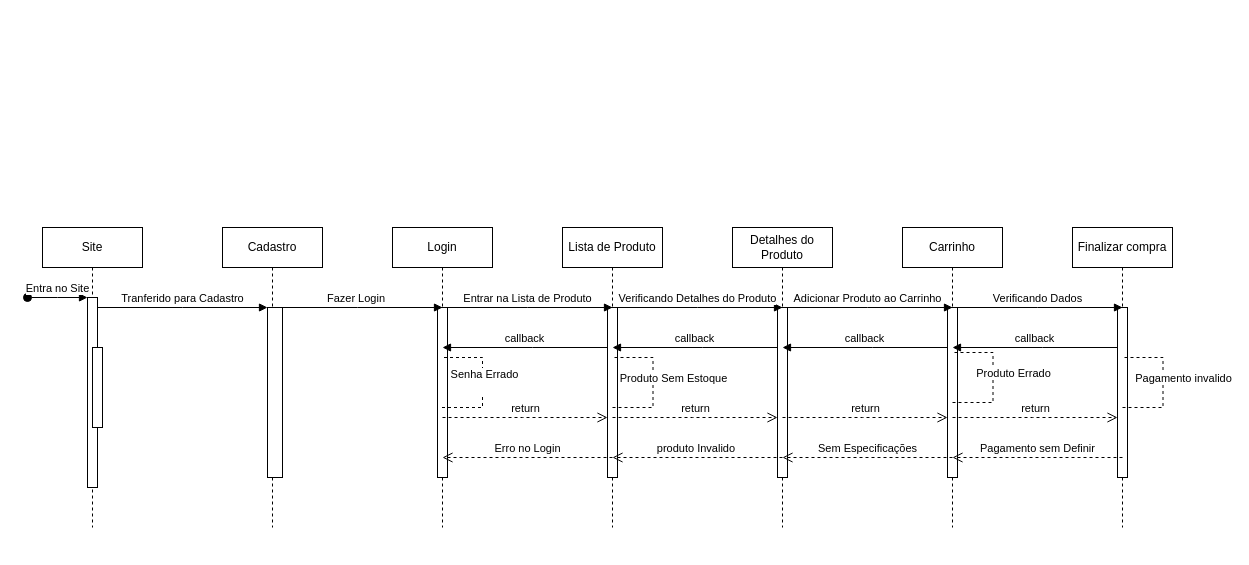
Above: Diagrama sem nome.drawio in kaiquecandido77/TECNINFO (draw.io), before the change. Source tidied: cells renumbered, new cells numbered last; positions are measured from the earlier drawing's top-left corner, leaving out a move shared by most shapes. Both pictures are drawn from the tidied source at 100%, with x=0, y=0 at pixel (27, 227).
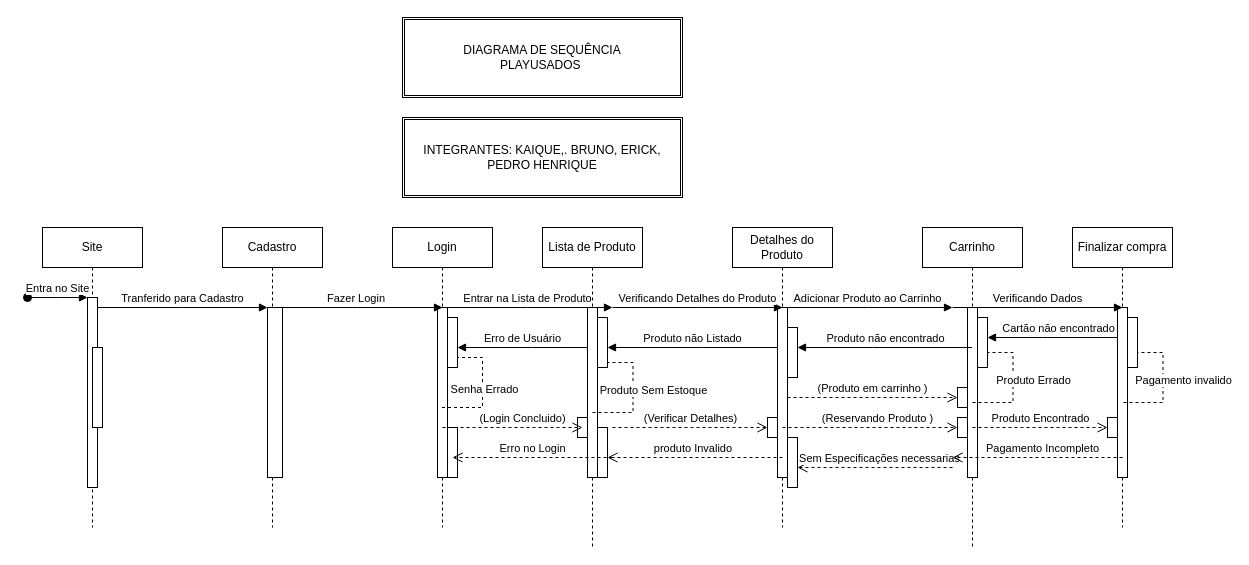
Above is the later version.

Unchanged cells that the change refers to:
```xml
<mxCell id="10" value="Login" style="shape=umlLifeline;perimeter=lifelinePerimeter;whiteSpace=wrap;html=1;newEdgeStyle={&quot;edgeStyle&quot;:&quot;elbowEdgeStyle&quot;,&quot;elbow&quot;:&quot;vertical&quot;,&quot;curved&quot;:0,&quot;rounded&quot;:0};" parent="1" vertex="1">
  <mxGeometry x="365" width="100" height="300" as="geometry" />
</mxCell>
<mxCell id="14" style="html=1;points=[];perimeter=orthogonalPerimeter;outlineConnect=0;targetShapes=umlLifeline;portConstraint=eastwest;newEdgeStyle={&quot;edgeStyle&quot;:&quot;elbowEdgeStyle&quot;,&quot;elbow&quot;:&quot;vertical&quot;,&quot;curved&quot;:0,&quot;rounded&quot;:0};" parent="13" vertex="1">
  <mxGeometry x="45" y="80" width="10" height="170" as="geometry" />
</mxCell>
<mxCell id="16" value="Detalhes do Produto" style="shape=umlLifeline;perimeter=lifelinePerimeter;whiteSpace=wrap;html=1;newEdgeStyle={&quot;edgeStyle&quot;:&quot;elbowEdgeStyle&quot;,&quot;elbow&quot;:&quot;vertical&quot;,&quot;curved&quot;:0,&quot;rounded&quot;:0};" parent="1" vertex="1">
  <mxGeometry x="705" width="100" height="300" as="geometry" />
</mxCell>
<mxCell id="17" style="html=1;points=[];perimeter=orthogonalPerimeter;outlineConnect=0;targetShapes=umlLifeline;portConstraint=eastwest;newEdgeStyle={&quot;edgeStyle&quot;:&quot;elbowEdgeStyle&quot;,&quot;elbow&quot;:&quot;vertical&quot;,&quot;curved&quot;:0,&quot;rounded&quot;:0};" parent="16" vertex="1">
  <mxGeometry x="45" y="80" width="10" height="170" as="geometry" />
</mxCell>
<mxCell id="19" style="html=1;points=[];perimeter=orthogonalPerimeter;outlineConnect=0;targetShapes=umlLifeline;portConstraint=eastwest;newEdgeStyle={&quot;edgeStyle&quot;:&quot;elbowEdgeStyle&quot;,&quot;elbow&quot;:&quot;vertical&quot;,&quot;curved&quot;:0,&quot;rounded&quot;:0};" parent="18" vertex="1">
  <mxGeometry x="45" y="80" width="10" height="170" as="geometry" />
</mxCell>
<mxCell id="20" value="Finalizar compra" style="shape=umlLifeline;perimeter=lifelinePerimeter;whiteSpace=wrap;html=1;newEdgeStyle={&quot;edgeStyle&quot;:&quot;elbowEdgeStyle&quot;,&quot;elbow&quot;:&quot;vertical&quot;,&quot;curved&quot;:0,&quot;rounded&quot;:0};" parent="1" vertex="1">
  <mxGeometry x="1045" width="100" height="300" as="geometry" />
</mxCell>
```

Diff of the diagram source:
```diff
@@
+    <mxCell id="45" style="html=1;points=[];perimeter=orthogonalPerimeter;outlineConnect=0;targetShapes=umlLifeline;portConstraint=eastwest;newEdgeStyle={&quot;edgeStyle&quot;:&quot;elbowEdgeStyle&quot;,&quot;elbow&quot;:&quot;vertical&quot;,&quot;curved&quot;:0,&quot;rounded&quot;:0};" parent="10" vertex="1">
+      <mxGeometry x="55" y="200" width="10" height="50" as="geometry" />
+    </mxCell>
+    <mxCell id="46" style="html=1;points=[];perimeter=orthogonalPerimeter;outlineConnect=0;targetShapes=umlLifeline;portConstraint=eastwest;newEdgeStyle={&quot;edgeStyle&quot;:&quot;elbowEdgeStyle&quot;,&quot;elbow&quot;:&quot;vertical&quot;,&quot;curved&quot;:0,&quot;rounded&quot;:0};" parent="10" vertex="1">
+      <mxGeometry x="55" y="90" width="10" height="50" as="geometry" />
+    </mxCell>
@@
     <mxCell id="13" value="Lista de Produto" style="shape=umlLifeline;perimeter=lifelinePerimeter;whiteSpace=wrap;html=1;newEdgeStyle={&quot;edgeStyle&quot;:&quot;elbowEdgeStyle&quot;,&quot;elbow&quot;:&quot;vertical&quot;,&quot;curved&quot;:0,&quot;rounded&quot;:0};" parent="1" vertex="1">
-      <mxGeometry x="535" width="100" height="300" as="geometry" />
+      <mxGeometry x="515" width="100" height="320" as="geometry" />
     </mxCell>
@@
+    <mxCell id="47" style="html=1;points=[];perimeter=orthogonalPerimeter;outlineConnect=0;targetShapes=umlLifeline;portConstraint=eastwest;newEdgeStyle={&quot;edgeStyle&quot;:&quot;elbowEdgeStyle&quot;,&quot;elbow&quot;:&quot;vertical&quot;,&quot;curved&quot;:0,&quot;rounded&quot;:0};" parent="13" vertex="1">
+      <mxGeometry x="55" y="200" width="10" height="50" as="geometry" />
+    </mxCell>
+    <mxCell id="48" style="html=1;points=[];perimeter=orthogonalPerimeter;outlineConnect=0;targetShapes=umlLifeline;portConstraint=eastwest;newEdgeStyle={&quot;edgeStyle&quot;:&quot;elbowEdgeStyle&quot;,&quot;elbow&quot;:&quot;vertical&quot;,&quot;curved&quot;:0,&quot;rounded&quot;:0};" parent="13" vertex="1">
+      <mxGeometry x="35" y="190" width="10" height="20" as="geometry" />
+    </mxCell>
+    <mxCell id="49" style="html=1;points=[];perimeter=orthogonalPerimeter;outlineConnect=0;targetShapes=umlLifeline;portConstraint=eastwest;newEdgeStyle={&quot;edgeStyle&quot;:&quot;elbowEdgeStyle&quot;,&quot;elbow&quot;:&quot;vertical&quot;,&quot;curved&quot;:0,&quot;rounded&quot;:0};" parent="13" vertex="1">
+      <mxGeometry x="55" y="90" width="10" height="50" as="geometry" />
+    </mxCell>
@@
+    <mxCell id="50" style="html=1;points=[];perimeter=orthogonalPerimeter;outlineConnect=0;targetShapes=umlLifeline;portConstraint=eastwest;newEdgeStyle={&quot;edgeStyle&quot;:&quot;elbowEdgeStyle&quot;,&quot;elbow&quot;:&quot;vertical&quot;,&quot;curved&quot;:0,&quot;rounded&quot;:0};" parent="16" vertex="1">
+      <mxGeometry x="55" y="210" width="10" height="50" as="geometry" />
+    </mxCell>
+    <mxCell id="51" style="html=1;points=[];perimeter=orthogonalPerimeter;outlineConnect=0;targetShapes=umlLifeline;portConstraint=eastwest;newEdgeStyle={&quot;edgeStyle&quot;:&quot;elbowEdgeStyle&quot;,&quot;elbow&quot;:&quot;vertical&quot;,&quot;curved&quot;:0,&quot;rounded&quot;:0};" parent="16" vertex="1">
+      <mxGeometry x="35" y="190" width="10" height="20" as="geometry" />
+    </mxCell>
+    <mxCell id="52" style="html=1;points=[];perimeter=orthogonalPerimeter;outlineConnect=0;targetShapes=umlLifeline;portConstraint=eastwest;newEdgeStyle={&quot;edgeStyle&quot;:&quot;elbowEdgeStyle&quot;,&quot;elbow&quot;:&quot;vertical&quot;,&quot;curved&quot;:0,&quot;rounded&quot;:0};" parent="16" vertex="1">
+      <mxGeometry x="55" y="100" width="10" height="50" as="geometry" />
+    </mxCell>
     <mxCell id="18" value="Carrinho" style="shape=umlLifeline;perimeter=lifelinePerimeter;whiteSpace=wrap;html=1;outlineConnect=0;portConstraint=eastwest;newEdgeStyle={&quot;edgeStyle&quot;:&quot;elbowEdgeStyle&quot;,&quot;elbow&quot;:&quot;vertical&quot;,&quot;curved&quot;:0,&quot;rounded&quot;:0};" parent="1" vertex="1">
-      <mxGeometry x="875" width="100" height="300" as="geometry" />
+      <mxGeometry x="895" width="100" height="320" as="geometry" />
     </mxCell>
+    <mxCell id="53" style="edgeStyle=elbowEdgeStyle;rounded=0;jettySize=auto;html=1;elbow=vertical;curved=0;" parent="18" edge="1" source="19" target="18">
+      <mxGeometry relative="1" as="geometry" />
+    </mxCell>
@@
+    <mxCell id="54" style="html=1;points=[];perimeter=orthogonalPerimeter;outlineConnect=0;targetShapes=umlLifeline;portConstraint=eastwest;newEdgeStyle={&quot;edgeStyle&quot;:&quot;elbowEdgeStyle&quot;,&quot;elbow&quot;:&quot;vertical&quot;,&quot;curved&quot;:0,&quot;rounded&quot;:0};" parent="18" vertex="1">
+      <mxGeometry x="35" y="190" width="10" height="20" as="geometry" />
+    </mxCell>
+    <mxCell id="55" style="html=1;points=[];perimeter=orthogonalPerimeter;outlineConnect=0;targetShapes=umlLifeline;portConstraint=eastwest;newEdgeStyle={&quot;edgeStyle&quot;:&quot;elbowEdgeStyle&quot;,&quot;elbow&quot;:&quot;vertical&quot;,&quot;curved&quot;:0,&quot;rounded&quot;:0};" parent="18" vertex="1">
+      <mxGeometry x="35" y="160" width="10" height="20" as="geometry" />
+    </mxCell>
+    <mxCell id="56" style="html=1;points=[];perimeter=orthogonalPerimeter;outlineConnect=0;targetShapes=umlLifeline;portConstraint=eastwest;newEdgeStyle={&quot;edgeStyle&quot;:&quot;elbowEdgeStyle&quot;,&quot;elbow&quot;:&quot;vertical&quot;,&quot;curved&quot;:0,&quot;rounded&quot;:0};" parent="18" vertex="1">
+      <mxGeometry x="55" y="90" width="10" height="50" as="geometry" />
+    </mxCell>
@@
+    <mxCell id="57" style="html=1;points=[];perimeter=orthogonalPerimeter;outlineConnect=0;targetShapes=umlLifeline;portConstraint=eastwest;newEdgeStyle={&quot;edgeStyle&quot;:&quot;elbowEdgeStyle&quot;,&quot;elbow&quot;:&quot;vertical&quot;,&quot;curved&quot;:0,&quot;rounded&quot;:0};" parent="20" vertex="1">
+      <mxGeometry x="35" y="190" width="10" height="20" as="geometry" />
+    </mxCell>
+    <mxCell id="58" style="html=1;points=[];perimeter=orthogonalPerimeter;outlineConnect=0;targetShapes=umlLifeline;portConstraint=eastwest;newEdgeStyle={&quot;edgeStyle&quot;:&quot;elbowEdgeStyle&quot;,&quot;elbow&quot;:&quot;vertical&quot;,&quot;curved&quot;:0,&quot;rounded&quot;:0};" parent="20" vertex="1">
+      <mxGeometry x="55" y="90" width="10" height="50" as="geometry" />
+    </mxCell>
-    <mxCell id="22" value="callback" style="html=1;verticalAlign=bottom;endArrow=block;edgeStyle=elbowEdgeStyle;elbow=vertical;curved=0;rounded=0;" parent="1" edge="1">
+    <mxCell id="22" value="Erro de Usuário" style="html=1;verticalAlign=bottom;endArrow=block;edgeStyle=elbowEdgeStyle;elbow=vertical;curved=0;rounded=0;" parent="1" edge="1" source="14" target="46">
       <mxGeometry relative="1" as="geometry">
-        <mxPoint x="580" y="120" as="sourcePoint" />
-        <mxPoint x="415" y="120" as="targetPoint" />
         <Array as="points">
           <mxPoint x="505" y="120" />
         </Array>
       </mxGeometry>
     </mxCell>
-    <mxCell id="23" value="Erro no Login" style="html=1;verticalAlign=bottom;endArrow=open;dashed=1;endSize=8;edgeStyle=elbowEdgeStyle;elbow=vertical;curved=0;rounded=0;" parent="1" edge="1">
+    <mxCell id="23" value="Erro no Login" style="html=1;verticalAlign=bottom;endArrow=open;dashed=1;endSize=8;edgeStyle=elbowEdgeStyle;elbow=vertical;curved=0;rounded=0;entryX=0.5;entryY=0.6;entryDx=0;entryDy=0;entryPerimeter=0;" parent="1" edge="1" target="45">
       <mxGeometry relative="1" as="geometry">
         <mxPoint x="585" y="230" as="sourcePoint" />
-        <mxPoint x="415" y="230" as="targetPoint" />
         <Array as="points">
           <mxPoint x="510" y="230" />
         </Array>
       </mxGeometry>
     </mxCell>
@@
-    <mxCell id="25" value="callback" style="html=1;verticalAlign=bottom;endArrow=block;edgeStyle=elbowEdgeStyle;elbow=vertical;curved=0;rounded=0;" parent="1" edge="1">
+    <mxCell id="25" value="Produto não Listado" style="html=1;verticalAlign=bottom;endArrow=block;edgeStyle=elbowEdgeStyle;elbow=vertical;curved=0;rounded=0;" parent="1" edge="1" target="49">
       <mxGeometry relative="1" as="geometry">
         <mxPoint x="750" y="120" as="sourcePoint" />
-        <mxPoint x="585" y="120" as="targetPoint" />
         <Array as="points">
           <mxPoint x="675" y="120" />
         </Array>
       </mxGeometry>
     </mxCell>
-    <mxCell id="26" value="return" style="html=1;verticalAlign=bottom;endArrow=open;dashed=1;endSize=8;edgeStyle=elbowEdgeStyle;elbow=vertical;curved=0;rounded=0;" parent="1" edge="1">
+    <mxCell id="26" value="(Verificar Detalhes)" style="html=1;verticalAlign=bottom;endArrow=open;dashed=1;endSize=8;edgeStyle=elbowEdgeStyle;elbow=vertical;curved=0;rounded=0;" parent="1" edge="1" target="51">
       <mxGeometry relative="1" as="geometry">
-        <mxPoint x="585" y="190" as="sourcePoint" />
-        <mxPoint x="750" y="190" as="targetPoint" />
+        <mxPoint x="585" y="200" as="sourcePoint" />
         <Array as="points">
-          <mxPoint x="665" y="190" />
+          <mxPoint x="665" y="200" />
         </Array>
       </mxGeometry>
     </mxCell>
-    <mxCell id="27" value="produto Invalido&amp;nbsp;" style="html=1;verticalAlign=bottom;endArrow=open;dashed=1;endSize=8;edgeStyle=elbowEdgeStyle;elbow=vertical;curved=0;rounded=0;" parent="1" edge="1">
+    <mxCell id="27" value="produto Invalido&amp;nbsp;" style="html=1;verticalAlign=bottom;endArrow=open;dashed=1;endSize=8;edgeStyle=elbowEdgeStyle;elbow=vertical;curved=0;rounded=0;" parent="1" edge="1" target="47">
       <mxGeometry relative="1" as="geometry">
         <mxPoint x="755" y="230" as="sourcePoint" />
-        <mxPoint x="585" y="230" as="targetPoint" />
         <Array as="points">
           <mxPoint x="680" y="230" />
         </Array>
       </mxGeometry>
     </mxCell>
@@
-    <mxCell id="29" value="callback" style="html=1;verticalAlign=bottom;endArrow=block;edgeStyle=elbowEdgeStyle;elbow=vertical;curved=0;rounded=0;" parent="1" edge="1">
+    <mxCell id="29" value="Produto não encontrado" style="html=1;verticalAlign=bottom;endArrow=block;edgeStyle=elbowEdgeStyle;elbow=vertical;curved=0;rounded=0;" parent="1" edge="1" source="18" target="52">
       <mxGeometry relative="1" as="geometry">
-        <mxPoint x="920" y="120" as="sourcePoint" />
-        <mxPoint x="755" y="120" as="targetPoint" />
         <Array as="points">
           <mxPoint x="845" y="120" />
         </Array>
       </mxGeometry>
     </mxCell>
-    <mxCell id="30" value="return" style="html=1;verticalAlign=bottom;endArrow=open;dashed=1;endSize=8;edgeStyle=elbowEdgeStyle;elbow=vertical;curved=0;rounded=0;" parent="1" edge="1">
-      <mxGeometry relative="1" as="geometry">
-        <mxPoint x="755" y="190" as="sourcePoint" />
-        <mxPoint x="920" y="190" as="targetPoint" />
+    <mxCell id="30" value="(Reservando Produto )" style="html=1;verticalAlign=bottom;endArrow=open;dashed=1;endSize=8;edgeStyle=elbowEdgeStyle;elbow=vertical;curved=0;rounded=0;" parent="1" edge="1" target="54">
+      <mxGeometry x="0.09" relative="1" as="geometry">
+        <mxPoint x="755" y="200" as="sourcePoint" />
         <Array as="points">
-          <mxPoint x="835" y="190" />
+          <mxPoint x="835" y="200" />
         </Array>
       </mxGeometry>
     </mxCell>
-    <mxCell id="31" value="Sem Especificações" style="html=1;verticalAlign=bottom;endArrow=open;dashed=1;endSize=8;edgeStyle=elbowEdgeStyle;elbow=vertical;curved=0;rounded=0;" parent="1" edge="1">
-      <mxGeometry relative="1" as="geometry">
-        <mxPoint x="925" y="230" as="sourcePoint" />
-        <mxPoint x="755" y="230" as="targetPoint" />
+    <mxCell id="31" value="Sem Especificações necessarias" style="html=1;verticalAlign=bottom;endArrow=open;dashed=1;endSize=8;edgeStyle=elbowEdgeStyle;elbow=vertical;curved=0;rounded=0;" parent="1" edge="1" target="50">
+      <mxGeometry x="-0.06" relative="1" as="geometry">
+        <mxPoint x="925" y="240" as="sourcePoint" />
         <Array as="points">
-          <mxPoint x="850" y="230" />
+          <mxPoint x="850" y="240" />
         </Array>
       </mxGeometry>
     </mxCell>
@@
-    <mxCell id="33" value="callback" style="html=1;verticalAlign=bottom;endArrow=block;edgeStyle=elbowEdgeStyle;elbow=vertical;curved=0;rounded=0;" parent="1" edge="1">
-      <mxGeometry relative="1" as="geometry">
-        <mxPoint x="1090" y="120" as="sourcePoint" />
-        <mxPoint x="925" y="120" as="targetPoint" />
+    <mxCell id="33" value="Cartão não encontrado" style="html=1;verticalAlign=bottom;endArrow=block;edgeStyle=elbowEdgeStyle;elbow=vertical;curved=0;rounded=0;" parent="1" edge="1" target="56">
+      <mxGeometry x="-0.09" relative="1" as="geometry">
+        <mxPoint x="1090" y="110" as="sourcePoint" />
         <Array as="points">
-          <mxPoint x="1015" y="120" />
+          <mxPoint x="1015" y="110" />
         </Array>
       </mxGeometry>
     </mxCell>
-    <mxCell id="34" value="return" style="html=1;verticalAlign=bottom;endArrow=open;dashed=1;endSize=8;edgeStyle=elbowEdgeStyle;elbow=vertical;curved=0;rounded=0;" parent="1" edge="1">
+    <mxCell id="34" value="Produto Encontrado" style="html=1;verticalAlign=bottom;endArrow=open;dashed=1;endSize=8;edgeStyle=elbowEdgeStyle;elbow=vertical;curved=0;rounded=0;" parent="1" edge="1" target="57">
       <mxGeometry relative="1" as="geometry">
-        <mxPoint x="925" y="190" as="sourcePoint" />
-        <mxPoint x="1090" y="190" as="targetPoint" />
+        <mxPoint x="945" y="200" as="sourcePoint" />
         <Array as="points">
-          <mxPoint x="1005" y="190" />
+          <mxPoint x="995" y="200" />
         </Array>
       </mxGeometry>
     </mxCell>
-    <mxCell id="35" value="Pagamento sem Definir" style="html=1;verticalAlign=bottom;endArrow=open;dashed=1;endSize=8;edgeStyle=elbowEdgeStyle;elbow=vertical;curved=0;rounded=0;" parent="1" edge="1">
-      <mxGeometry relative="1" as="geometry">
+    <mxCell id="35" value="Pagamento Incompleto" style="html=1;verticalAlign=bottom;endArrow=open;dashed=1;endSize=8;edgeStyle=elbowEdgeStyle;elbow=vertical;curved=0;rounded=0;" parent="1" edge="1">
+      <mxGeometry x="-0.06" relative="1" as="geometry">
         <mxPoint x="1095" y="230" as="sourcePoint" />
         <mxPoint x="925" y="230" as="targetPoint" />
         <Array as="points">
           <mxPoint x="1020" y="230" />
         </Array>
       </mxGeometry>
     </mxCell>
-    <mxCell id="36" style="endArrow=none;dashed=1;html=1;rounded=0;" parent="1" edge="1">
+    <mxCell id="36" style="endArrow=none;dashed=1;html=1;rounded=0;" parent="1" edge="1" target="46">
       <mxGeometry relative="1" as="geometry">
         <mxPoint x="414.5" y="180" as="sourcePoint" />
-        <mxPoint x="414.5" y="130" as="targetPoint" />
         <Array as="points">
           <mxPoint x="455" y="180" />
           <mxPoint x="455" y="130" />
         </Array>
       </mxGeometry>
     </mxCell>
-    <mxCell id="37" value="Senha Errado&lt;div&gt;&amp;nbsp;&lt;/div&gt;" style="edgeLabel;html=1;align=center;verticalAlign=middle;" parent="36" vertex="1">
+    <mxCell id="37" value="Senha Errado" style="edgeLabel;html=1;align=center;verticalAlign=middle;" parent="36" vertex="1">
       <mxGeometry x="0.03" y="-1" relative="1" as="geometry" />
     </mxCell>
-    <mxCell id="38" style="endArrow=none;dashed=1;html=1;rounded=0;" parent="1" edge="1">
+    <mxCell id="38" style="endArrow=none;dashed=1;html=1;rounded=0;" parent="1" edge="1" target="49">
       <mxGeometry relative="1" as="geometry">
-        <mxPoint x="585" y="180" as="sourcePoint" />
-        <mxPoint x="585.5" y="130" as="targetPoint" />
+        <mxPoint x="565" y="185" as="sourcePoint" />
         <Array as="points">
-          <mxPoint x="625.5" y="180" />
-          <mxPoint x="625.5" y="130" />
+          <mxPoint x="605.5" y="185" />
+          <mxPoint x="605.5" y="135" />
         </Array>
       </mxGeometry>
     </mxCell>
@@
-    <mxCell id="40" style="endArrow=none;dashed=1;html=1;rounded=0;" parent="1" edge="1">
+    <mxCell id="40" style="endArrow=none;dashed=1;html=1;rounded=0;" parent="1" edge="1" target="58">
       <mxGeometry relative="1" as="geometry">
-        <mxPoint x="1095" y="180" as="sourcePoint" />
-        <mxPoint x="1095.5" y="130" as="targetPoint" />
+        <mxPoint x="1096" y="175" as="sourcePoint" />
         <Array as="points">
-          <mxPoint x="1135.5" y="180" />
-          <mxPoint x="1135.5" y="130" />
+          <mxPoint x="1135.5" y="175" />
+          <mxPoint x="1135.5" y="125" />
         </Array>
       </mxGeometry>
     </mxCell>
@@
-    <mxCell id="42" value="return" style="html=1;verticalAlign=bottom;endArrow=open;dashed=1;endSize=8;edgeStyle=elbowEdgeStyle;elbow=vertical;curved=0;rounded=0;" parent="1" edge="1">
-      <mxGeometry relative="1" as="geometry">
-        <mxPoint x="415" y="190" as="sourcePoint" />
-        <mxPoint x="580" y="190" as="targetPoint" />
-        <Array as="points">
-          <mxPoint x="495" y="190" />
-        </Array>
+    <mxCell id="42" value="(Login Concluido)" style="html=1;verticalAlign=bottom;endArrow=open;dashed=1;endSize=8;edgeStyle=elbowEdgeStyle;elbow=vertical;curved=0;rounded=0;entryX=0.5;entryY=0.5;entryDx=0;entryDy=0;entryPerimeter=0;" parent="1" edge="1" target="48">
+      <mxGeometry x="0.14" relative="1" as="geometry">
+        <mxPoint x="415" y="200" as="sourcePoint" />
       </mxGeometry>
     </mxCell>
-    <mxCell id="43" style="endArrow=none;dashed=1;html=1;rounded=0;" parent="1" edge="1">
+    <mxCell id="43" style="endArrow=none;dashed=1;html=1;rounded=0;" parent="1" edge="1" target="56">
       <mxGeometry relative="1" as="geometry">
-        <mxPoint x="925" y="175" as="sourcePoint" />
-        <mxPoint x="925.5" y="125" as="targetPoint" />
+        <mxPoint x="945" y="175" as="sourcePoint" />
         <Array as="points">
-          <mxPoint x="965.5" y="175" />
-          <mxPoint x="965.5" y="125" />
+          <mxPoint x="985.5" y="175" />
+          <mxPoint x="985.5" y="125" />
         </Array>
       </mxGeometry>
     </mxCell>
@@
+    <mxCell id="59" value="(Produto em carrinho )" style="html=1;verticalAlign=bottom;endArrow=open;dashed=1;endSize=8;edgeStyle=elbowEdgeStyle;elbow=vertical;curved=0;rounded=0;" parent="1" edge="1" source="17" target="55">
+      <mxGeometry relative="1" as="geometry">
+        <Array as="points">
+          <mxPoint x="835" y="170" />
+        </Array>
+      </mxGeometry>
+    </mxCell>
+    <mxCell id="60" value="DIAGRAMA DE SEQUÊNCIA&lt;div&gt;PLAYUSADOS&amp;nbsp;&lt;/div&gt;" style="shape=ext;double=1;rounded=0;whiteSpace=wrap;html=1;" parent="1" vertex="1">
+      <mxGeometry x="375" y="-210" width="280" height="80" as="geometry" />
+    </mxCell>
+    <mxCell id="61" value="INTEGRANTES: KAIQUE,. BRUNO, ERICK, PEDRO HENRIQUE" style="shape=ext;double=1;rounded=0;whiteSpace=wrap;html=1;" parent="1" vertex="1">
+      <mxGeometry x="375" y="-110" width="280" height="80" as="geometry" />
+    </mxCell>
```
